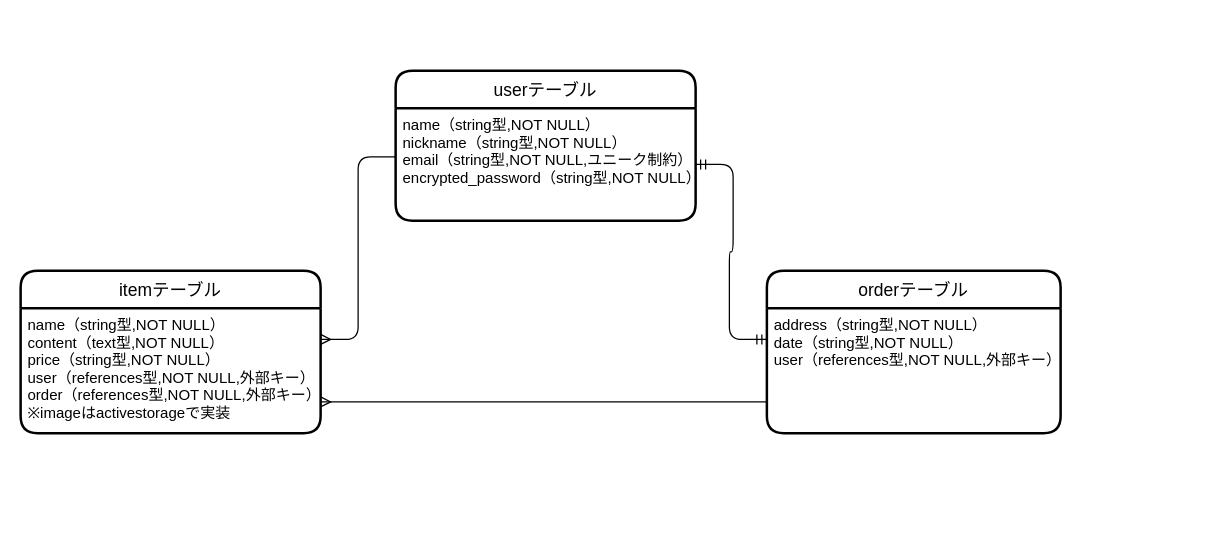
Before: furima.dio in sugisanize/furima-38529, a draw.io diagram. Source tidied: cells renumbered, new cells numbered last; positions are measured from the earlier drawing's top-left corner, leaving out a move shared by most shapes. Both pictures are drawn from the tidied source at 125%, with x=0, y=0 at pixel (20, 70).
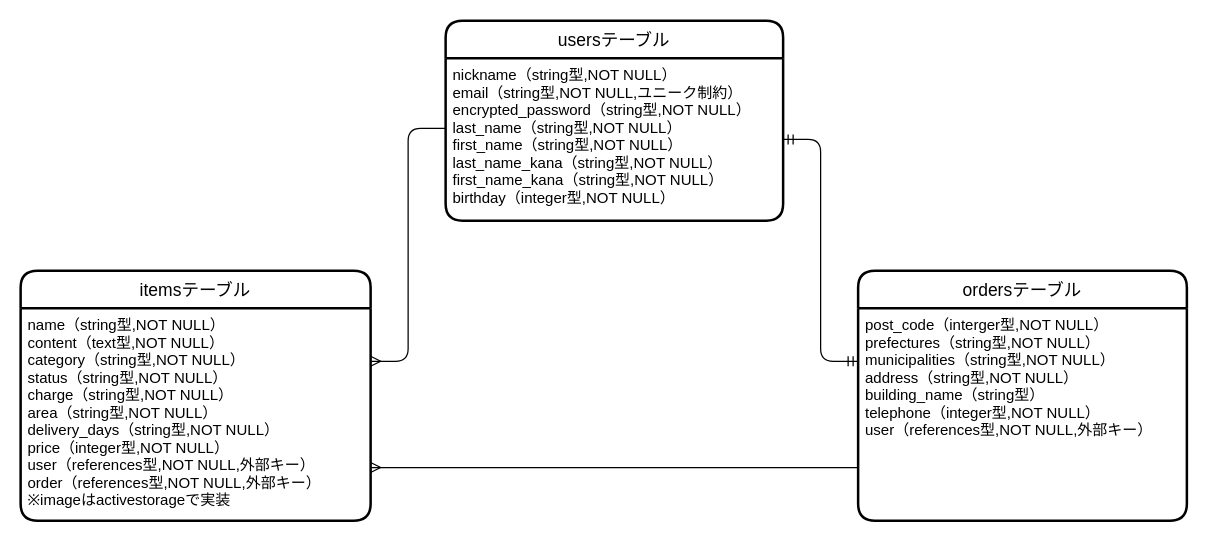
After the change.

Commit message (it also covers changes not shown here):
Revert "Revert "データベース設計（修正#1）""

This reverts commit 34d142ff23ebeafbd868c87cff38af9c1200e936.

Change to the diagram source:
```diff
@@
 <mxGraphModel>
   <root>
     <mxCell id="0" />
     <mxCell id="1" parent="0" />
-    <mxCell id="2" value="userテーブル" style="swimlane;horizontal=1;startSize=30;rounded=1;fontSize=14;fontStyle=0;strokeWidth=2;shadow=0;dashed=0;align=center;" parent="1" vertex="1">
-      <mxGeometry x="300" width="240" height="120" as="geometry" />
+    <mxCell id="2" value="usersテーブル" style="swimlane;horizontal=1;startSize=30;rounded=1;fontSize=14;fontStyle=0;strokeWidth=2;shadow=0;dashed=0;align=center;" parent="1" vertex="1">
+      <mxGeometry x="340" y="-40" width="270" height="160" as="geometry" />
     </mxCell>
-    <mxCell id="3" value="name（string型,NOT NULL）&#10;nickname（string型,NOT NULL）&#10;email（string型,NOT NULL,ユニーク制約）&#10;encrypted_password（string型,NOT NULL）" style="align=left;strokeColor=none;fillColor=none;spacingLeft=4;fontSize=12;verticalAlign=top;" parent="2" vertex="1">
-      <mxGeometry y="30" width="240" height="90" as="geometry" />
+    <mxCell id="3" value="nickname（string型,NOT NULL）&#10;email（string型,NOT NULL,ユニーク制約）&#10;encrypted_password（string型,NOT NULL）&#10;last_name（string型,NOT NULL）&#10;first_name（string型,NOT NULL）&#10;last_name_kana（string型,NOT NULL）&#10;first_name_kana（string型,NOT NULL）&#10;birthday（integer型,NOT NULL）" style="align=left;strokeColor=none;fillColor=none;spacingLeft=4;fontSize=12;verticalAlign=top;" parent="2" vertex="1">
+      <mxGeometry y="30" width="270" height="130" as="geometry" />
     </mxCell>
-    <mxCell id="4" value="itemテーブル" style="swimlane;horizontal=1;startSize=30;rounded=1;fontSize=14;fontStyle=0;strokeWidth=2;shadow=0;dashed=0;align=center;" parent="1" vertex="1">
-      <mxGeometry y="160" width="240" height="130" as="geometry" />
+    <mxCell id="4" value="itemsテーブル" style="swimlane;horizontal=1;startSize=30;rounded=1;fontSize=14;fontStyle=0;strokeWidth=2;shadow=0;dashed=0;align=center;" parent="1" vertex="1">
+      <mxGeometry y="160" width="280" height="200" as="geometry" />
     </mxCell>
-    <mxCell id="5" value="name（string型,NOT NULL）&#10;content（text型,NOT NULL）&#10;price（string型,NOT NULL）&#10;user（references型,NOT NULL,外部キー）&#10;order（references型,NOT NULL,外部キー）&#10;※imageはactivestorageで実装" style="align=left;strokeColor=none;fillColor=none;spacingLeft=4;fontSize=12;verticalAlign=top;" parent="4" vertex="1">
-      <mxGeometry y="30" width="240" height="100" as="geometry" />
+    <mxCell id="5" value="name（string型,NOT NULL）&#10;content（text型,NOT NULL）&#10;category（string型,NOT NULL）&#10;status（string型,NOT NULL）&#10;charge（string型,NOT NULL）&#10;area（string型,NOT NULL）&#10;delivery_days（string型,NOT NULL）&#10;price（integer型,NOT NULL）&#10;user（references型,NOT NULL,外部キー）&#10;order（references型,NOT NULL,外部キー）&#10;※imageはactivestorageで実装" style="align=left;strokeColor=none;fillColor=none;spacingLeft=4;fontSize=12;verticalAlign=top;" parent="4" vertex="1">
+      <mxGeometry y="30" width="280" height="170" as="geometry" />
     </mxCell>
-    <mxCell id="6" value="orderテーブル" style="swimlane;horizontal=1;startSize=30;rounded=1;fontSize=14;fontStyle=0;strokeWidth=2;shadow=0;dashed=0;align=center;" parent="1" vertex="1">
-      <mxGeometry x="597" y="160" width="235" height="130" as="geometry" />
+    <mxCell id="6" value="ordersテーブル" style="swimlane;horizontal=1;startSize=30;rounded=1;fontSize=14;fontStyle=0;strokeWidth=2;shadow=0;dashed=0;align=center;" parent="1" vertex="1">
+      <mxGeometry x="670" y="160" width="263" height="200" as="geometry" />
     </mxCell>
-    <mxCell id="7" value="address（string型,NOT NULL）&#10;date（string型,NOT NULL）&#10;user（references型,NOT NULL,外部キー）" style="align=left;strokeColor=none;fillColor=none;spacingLeft=4;fontSize=12;verticalAlign=top;" parent="6" vertex="1">
-      <mxGeometry y="30" width="235" height="100" as="geometry" />
+    <mxCell id="7" value="post_code（interger型,NOT NULL）&#10;prefectures（string型,NOT NULL）&#10;municipalities（string型,NOT NULL）&#10;address（string型,NOT NULL）&#10;building_name（string型）&#10;telephone（integer型,NOT NULL）&#10;user（references型,NOT NULL,外部キー）" style="align=left;strokeColor=none;fillColor=none;spacingLeft=4;fontSize=12;verticalAlign=top;" parent="6" vertex="1">
+      <mxGeometry y="30" width="263" height="170" as="geometry" />
     </mxCell>
     <mxCell id="8" style="edgeStyle=entityRelationEdgeStyle;fontSize=12;html=1;endArrow=ERmany;entryX=1;entryY=0.25;entryDx=0;entryDy=0;exitX=0;exitY=0.433;exitDx=0;exitDy=0;exitPerimeter=0;" parent="1" edge="1" source="3" target="5">
       <mxGeometry relative="1" as="geometry" />
     </mxCell>
     <mxCell id="9" style="edgeStyle=entityRelationEdgeStyle;fontSize=12;html=1;endArrow=ERmany;exitX=0;exitY=0.75;exitDx=0;exitDy=0;entryX=1;entryY=0.75;entryDx=0;entryDy=0;" parent="1" edge="1" source="7" target="5">
       <mxGeometry relative="1" as="geometry" />
     </mxCell>
     <mxCell id="10" style="edgeStyle=entityRelationEdgeStyle;fontSize=12;html=1;endArrow=ERmandOne;startArrow=ERmandOne;entryX=0;entryY=0.25;entryDx=0;entryDy=0;exitX=1;exitY=0.5;exitDx=0;exitDy=0;" parent="1" edge="1" source="3" target="7">
       <mxGeometry relative="1" as="geometry" />
     </mxCell>
   </root>
 </mxGraphModel>
```
